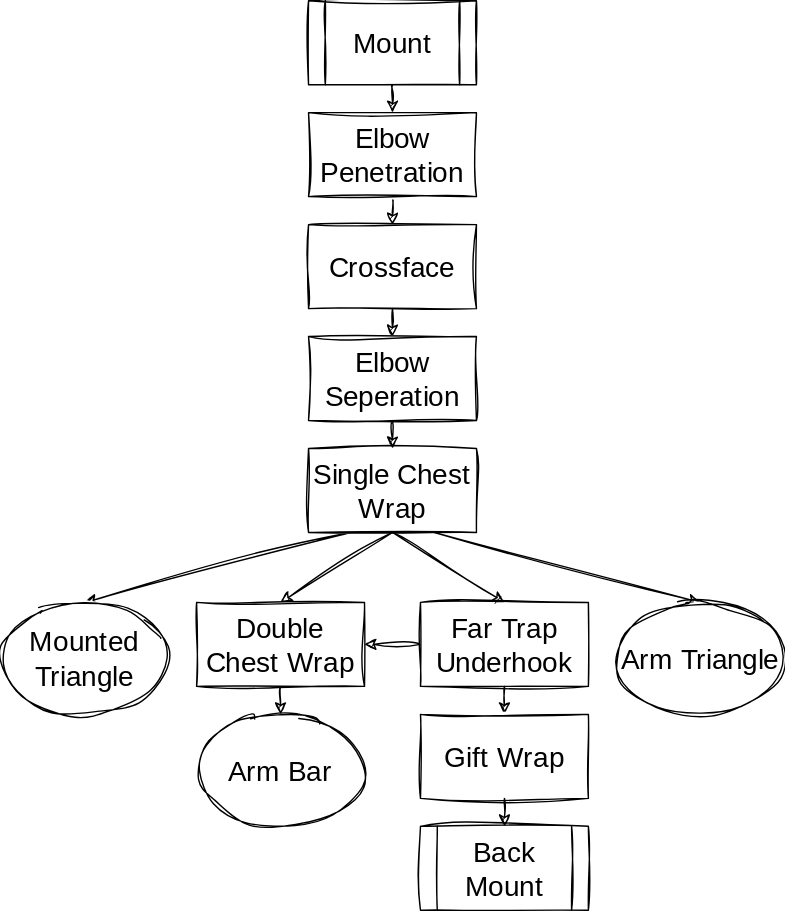
Brandon-Everhart/CombatMusings keeps this draw.io diagram as mount.drawio.svg. Above is the earlier version. Source tidied: cells renumbered, new cells last; positions are measured from the earlier drawing's top-left corner, leaving out a move shared by most shapes. The source it was exported from:
```xml
<mxGraphModel>
  <root>
    <mxCell id="0" />
    <mxCell id="1" parent="0" />
    <mxCell id="2" style="edgeStyle=none;sketch=1;hachureGap=4;jiggle=2;curveFitting=1;html=1;exitX=0.5;exitY=1;exitDx=0;exitDy=0;entryX=0.5;entryY=0;entryDx=0;entryDy=0;fontFamily=Architects Daughter;fontSource=https%3A%2F%2Ffonts.googleapis.com%2Fcss%3Ffamily%3DArchitects%2BDaughter;fontSize=20;" parent="1" edge="1" source="3" target="7">
      <mxGeometry relative="1" as="geometry" />
    </mxCell>
    <mxCell id="3" value="Elbow Penetration" style="rounded=0;whiteSpace=wrap;html=1;sketch=1;hachureGap=4;jiggle=2;curveFitting=1;fontFamily=Architects Daughter;fontSource=https%3A%2F%2Ffonts.googleapis.com%2Fcss%3Ffamily%3DArchitects%2BDaughter;fontSize=20;" parent="1" vertex="1">
      <mxGeometry x="220" y="80" width="120" height="60" as="geometry" />
    </mxCell>
    <mxCell id="4" style="edgeStyle=none;sketch=1;hachureGap=4;jiggle=2;curveFitting=1;html=1;exitX=0.5;exitY=1;exitDx=0;exitDy=0;fontFamily=Architects Daughter;fontSource=https%3A%2F%2Ffonts.googleapis.com%2Fcss%3Ffamily%3DArchitects%2BDaughter;fontSize=20;" parent="1" edge="1" source="5" target="3">
      <mxGeometry relative="1" as="geometry" />
    </mxCell>
    <mxCell id="5" value="Mount" style="shape=process;whiteSpace=wrap;html=1;backgroundOutline=1;sketch=1;hachureGap=4;jiggle=2;curveFitting=1;fontFamily=Architects Daughter;fontSource=https%3A%2F%2Ffonts.googleapis.com%2Fcss%3Ffamily%3DArchitects%2BDaughter;fontSize=20;" parent="1" vertex="1">
      <mxGeometry x="220" width="120" height="60" as="geometry" />
    </mxCell>
    <mxCell id="6" style="edgeStyle=none;sketch=1;hachureGap=4;jiggle=2;curveFitting=1;html=1;exitX=0.5;exitY=1;exitDx=0;exitDy=0;entryX=0.5;entryY=0;entryDx=0;entryDy=0;fontFamily=Architects Daughter;fontSource=https%3A%2F%2Ffonts.googleapis.com%2Fcss%3Ffamily%3DArchitects%2BDaughter;fontSize=20;" parent="1" edge="1" source="7" target="9">
      <mxGeometry relative="1" as="geometry" />
    </mxCell>
    <mxCell id="7" value="Crossface" style="rounded=0;whiteSpace=wrap;html=1;sketch=1;hachureGap=4;jiggle=2;curveFitting=1;fontFamily=Architects Daughter;fontSource=https%3A%2F%2Ffonts.googleapis.com%2Fcss%3Ffamily%3DArchitects%2BDaughter;fontSize=20;" parent="1" vertex="1">
      <mxGeometry x="220" y="160" width="120" height="60" as="geometry" />
    </mxCell>
    <mxCell id="8" style="edgeStyle=none;sketch=1;hachureGap=4;jiggle=2;curveFitting=1;html=1;exitX=0.5;exitY=1;exitDx=0;exitDy=0;entryX=0.5;entryY=0;entryDx=0;entryDy=0;fontFamily=Architects Daughter;fontSource=https%3A%2F%2Ffonts.googleapis.com%2Fcss%3Ffamily%3DArchitects%2BDaughter;fontSize=20;" parent="1" edge="1" source="9" target="14">
      <mxGeometry relative="1" as="geometry" />
    </mxCell>
    <mxCell id="9" value="Elbow Seperation" style="rounded=0;whiteSpace=wrap;html=1;sketch=1;hachureGap=4;jiggle=2;curveFitting=1;fontFamily=Architects Daughter;fontSource=https%3A%2F%2Ffonts.googleapis.com%2Fcss%3Ffamily%3DArchitects%2BDaughter;fontSize=20;" parent="1" vertex="1">
      <mxGeometry x="220" y="240" width="120" height="60" as="geometry" />
    </mxCell>
    <mxCell id="10" style="edgeStyle=none;sketch=1;hachureGap=4;jiggle=2;curveFitting=1;html=1;exitX=0.25;exitY=1;exitDx=0;exitDy=0;entryX=0.5;entryY=0;entryDx=0;entryDy=0;fontFamily=Architects Daughter;fontSource=https%3A%2F%2Ffonts.googleapis.com%2Fcss%3Ffamily%3DArchitects%2BDaughter;fontSize=20;" parent="1" edge="1" source="14" target="15">
      <mxGeometry relative="1" as="geometry" />
    </mxCell>
    <mxCell id="11" style="edgeStyle=none;sketch=1;hachureGap=4;jiggle=2;curveFitting=1;html=1;exitX=0.5;exitY=1;exitDx=0;exitDy=0;entryX=0.5;entryY=0;entryDx=0;entryDy=0;fontFamily=Architects Daughter;fontSource=https%3A%2F%2Ffonts.googleapis.com%2Fcss%3Ffamily%3DArchitects%2BDaughter;fontSize=20;" parent="1" edge="1" source="14" target="20">
      <mxGeometry relative="1" as="geometry" />
    </mxCell>
    <mxCell id="12" style="edgeStyle=none;sketch=1;hachureGap=4;jiggle=2;curveFitting=1;html=1;exitX=0.5;exitY=1;exitDx=0;exitDy=0;entryX=0.5;entryY=0;entryDx=0;entryDy=0;fontFamily=Architects Daughter;fontSource=https%3A%2F%2Ffonts.googleapis.com%2Fcss%3Ffamily%3DArchitects%2BDaughter;fontSize=20;" parent="1" edge="1" source="14" target="23">
      <mxGeometry relative="1" as="geometry" />
    </mxCell>
    <mxCell id="13" style="edgeStyle=none;sketch=1;hachureGap=4;jiggle=2;curveFitting=1;html=1;exitX=0.75;exitY=1;exitDx=0;exitDy=0;entryX=0.5;entryY=0;entryDx=0;entryDy=0;fontFamily=Architects Daughter;fontSource=https%3A%2F%2Ffonts.googleapis.com%2Fcss%3Ffamily%3DArchitects%2BDaughter;fontSize=20;" parent="1" edge="1" source="14" target="17">
      <mxGeometry relative="1" as="geometry" />
    </mxCell>
    <mxCell id="14" value="Single Chest Wrap" style="rounded=0;whiteSpace=wrap;html=1;sketch=1;hachureGap=4;jiggle=2;curveFitting=1;fontFamily=Architects Daughter;fontSource=https%3A%2F%2Ffonts.googleapis.com%2Fcss%3Ffamily%3DArchitects%2BDaughter;fontSize=20;" parent="1" vertex="1">
      <mxGeometry x="220" y="320" width="120" height="60" as="geometry" />
    </mxCell>
    <mxCell id="15" value="&lt;font style=&quot;font-size: 20px;&quot;&gt;Mounted Triangle&lt;/font&gt;" style="ellipse;whiteSpace=wrap;html=1;sketch=1;hachureGap=4;jiggle=2;curveFitting=1;fontFamily=Architects Daughter;fontSource=https%3A%2F%2Ffonts.googleapis.com%2Fcss%3Ffamily%3DArchitects%2BDaughter;fontSize=18;" parent="1" vertex="1">
      <mxGeometry y="430" width="120" height="80" as="geometry" />
    </mxCell>
    <mxCell id="16" value="Arm Bar" style="ellipse;whiteSpace=wrap;html=1;sketch=1;hachureGap=4;jiggle=2;curveFitting=1;fontFamily=Architects Daughter;fontSource=https%3A%2F%2Ffonts.googleapis.com%2Fcss%3Ffamily%3DArchitects%2BDaughter;fontSize=20;" parent="1" vertex="1">
      <mxGeometry x="140" y="510" width="120" height="80" as="geometry" />
    </mxCell>
    <mxCell id="17" value="Arm Triangle" style="ellipse;whiteSpace=wrap;html=1;sketch=1;hachureGap=4;jiggle=2;curveFitting=1;fontFamily=Architects Daughter;fontSource=https%3A%2F%2Ffonts.googleapis.com%2Fcss%3Ffamily%3DArchitects%2BDaughter;fontSize=20;" parent="1" vertex="1">
      <mxGeometry x="440" y="430" width="120" height="80" as="geometry" />
    </mxCell>
    <mxCell id="18" value="Back Mount" style="shape=process;whiteSpace=wrap;html=1;backgroundOutline=1;sketch=1;hachureGap=4;jiggle=2;curveFitting=1;fontFamily=Architects Daughter;fontSource=https%3A%2F%2Ffonts.googleapis.com%2Fcss%3Ffamily%3DArchitects%2BDaughter;fontSize=20;" parent="1" vertex="1">
      <mxGeometry x="300" y="590" width="120" height="60" as="geometry" />
    </mxCell>
    <mxCell id="19" style="edgeStyle=none;sketch=1;hachureGap=4;jiggle=2;curveFitting=1;html=1;exitX=0.5;exitY=1;exitDx=0;exitDy=0;entryX=0.5;entryY=0;entryDx=0;entryDy=0;fontFamily=Architects Daughter;fontSource=https%3A%2F%2Ffonts.googleapis.com%2Fcss%3Ffamily%3DArchitects%2BDaughter;fontSize=20;" parent="1" edge="1" source="20" target="16">
      <mxGeometry relative="1" as="geometry" />
    </mxCell>
    <mxCell id="20" value="Double Chest Wrap" style="rounded=0;whiteSpace=wrap;html=1;sketch=1;hachureGap=4;jiggle=2;curveFitting=1;fontFamily=Architects Daughter;fontSource=https%3A%2F%2Ffonts.googleapis.com%2Fcss%3Ffamily%3DArchitects%2BDaughter;fontSize=20;" parent="1" vertex="1">
      <mxGeometry x="140" y="430" width="120" height="60" as="geometry" />
    </mxCell>
    <mxCell id="21" style="edgeStyle=none;sketch=1;hachureGap=4;jiggle=2;curveFitting=1;html=1;exitX=0;exitY=0.5;exitDx=0;exitDy=0;entryX=1;entryY=0.5;entryDx=0;entryDy=0;fontFamily=Architects Daughter;fontSource=https%3A%2F%2Ffonts.googleapis.com%2Fcss%3Ffamily%3DArchitects%2BDaughter;fontSize=20;" parent="1" edge="1" source="23" target="20">
      <mxGeometry relative="1" as="geometry" />
    </mxCell>
    <mxCell id="22" style="edgeStyle=none;sketch=1;hachureGap=4;jiggle=2;curveFitting=1;html=1;exitX=0.5;exitY=1;exitDx=0;exitDy=0;entryX=0.5;entryY=0;entryDx=0;entryDy=0;fontFamily=Architects Daughter;fontSource=https%3A%2F%2Ffonts.googleapis.com%2Fcss%3Ffamily%3DArchitects%2BDaughter;fontSize=20;" parent="1" edge="1" source="23" target="25">
      <mxGeometry relative="1" as="geometry" />
    </mxCell>
    <mxCell id="23" value="Far Trap Underhook" style="rounded=0;whiteSpace=wrap;html=1;sketch=1;hachureGap=4;jiggle=2;curveFitting=1;fontFamily=Architects Daughter;fontSource=https%3A%2F%2Ffonts.googleapis.com%2Fcss%3Ffamily%3DArchitects%2BDaughter;fontSize=20;" parent="1" vertex="1">
      <mxGeometry x="300" y="430" width="120" height="60" as="geometry" />
    </mxCell>
    <mxCell id="24" style="edgeStyle=none;sketch=1;hachureGap=4;jiggle=2;curveFitting=1;html=1;exitX=0.5;exitY=1;exitDx=0;exitDy=0;entryX=0.5;entryY=0;entryDx=0;entryDy=0;fontFamily=Architects Daughter;fontSource=https%3A%2F%2Ffonts.googleapis.com%2Fcss%3Ffamily%3DArchitects%2BDaughter;fontSize=20;" parent="1" edge="1" source="25" target="18">
      <mxGeometry relative="1" as="geometry" />
    </mxCell>
    <mxCell id="25" value="Gift Wrap" style="rounded=0;whiteSpace=wrap;html=1;sketch=1;hachureGap=4;jiggle=2;curveFitting=1;fontFamily=Architects Daughter;fontSource=https%3A%2F%2Ffonts.googleapis.com%2Fcss%3Ffamily%3DArchitects%2BDaughter;fontSize=20;" parent="1" vertex="1">
      <mxGeometry x="300" y="510" width="120" height="60" as="geometry" />
    </mxCell>
  </root>
</mxGraphModel>
```
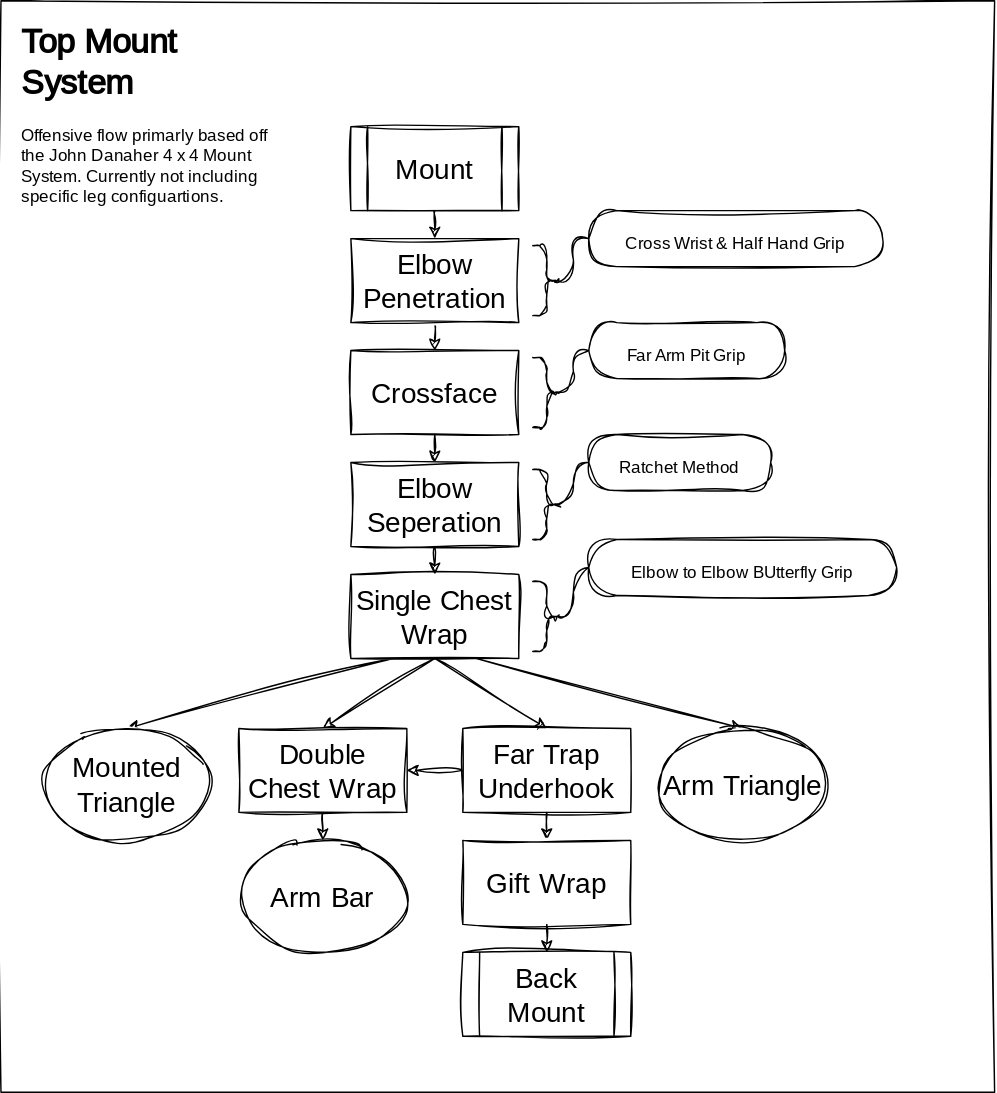
The same diagram one commit later.

Change to the diagram source:
```diff
@@ -2,6 +2,9 @@
   <root>
     <mxCell id="0" />
     <mxCell id="1" parent="0" />
+    <mxCell id="26" style="rounded=0;whiteSpace=wrap;html=1;sketch=1;hachureGap=4;jiggle=2;curveFitting=1;fontFamily=Architects Daughter;fontSource=https%3A%2F%2Ffonts.googleapis.com%2Fcss%3Ffamily%3DArchitects%2BDaughter;fontSize=20;" parent="1" vertex="1">
+      <mxGeometry x="-30" y="-90" width="710" height="780" as="geometry" />
+    </mxCell>
     <mxCell id="2" style="edgeStyle=none;sketch=1;hachureGap=4;jiggle=2;curveFitting=1;html=1;exitX=0.5;exitY=1;exitDx=0;exitDy=0;entryX=0.5;entryY=0;entryDx=0;entryDy=0;fontFamily=Architects Daughter;fontSource=https%3A%2F%2Ffonts.googleapis.com%2Fcss%3Ffamily%3DArchitects%2BDaughter;fontSize=20;" parent="1" edge="1" source="3" target="7">
       <mxGeometry relative="1" as="geometry" />
     </mxCell>
@@ -74,5 +77,44 @@
     <mxCell id="25" value="Gift Wrap" style="rounded=0;whiteSpace=wrap;html=1;sketch=1;hachureGap=4;jiggle=2;curveFitting=1;fontFamily=Architects Daughter;fontSource=https%3A%2F%2Ffonts.googleapis.com%2Fcss%3Ffamily%3DArchitects%2BDaughter;fontSize=20;" parent="1" vertex="1">
       <mxGeometry x="300" y="510" width="120" height="60" as="geometry" />
     </mxCell>
+    <mxCell id="27" style="shape=curlyBracket;whiteSpace=wrap;html=1;rounded=1;flipH=1;labelPosition=right;verticalLabelPosition=middle;align=left;verticalAlign=middle;sketch=1;hachureGap=4;jiggle=2;curveFitting=1;fontFamily=Architects Daughter;fontSource=https%3A%2F%2Ffonts.googleapis.com%2Fcss%3Ffamily%3DArchitects%2BDaughter;fontSize=20;size=0.5;" parent="1" vertex="1">
+      <mxGeometry x="350" y="85" width="20" height="50" as="geometry" />
+    </mxCell>
+    <mxCell id="28" value="&lt;span style=&quot;font-size: 12px;&quot;&gt;Cross Wrist &amp;amp; Half Hand Grip&lt;/span&gt;" style="whiteSpace=wrap;html=1;rounded=1;arcSize=50;align=center;verticalAlign=middle;strokeWidth=1;spacing=4;newEdgeStyle={&quot;edgeStyle&quot;:&quot;entityRelationEdgeStyle&quot;,&quot;startArrow&quot;:&quot;none&quot;,&quot;endArrow&quot;:&quot;none&quot;,&quot;segment&quot;:10,&quot;curved&quot;:1,&quot;sourcePerimeterSpacing&quot;:0,&quot;targetPerimeterSpacing&quot;:0};sketch=1;hachureGap=4;jiggle=2;curveFitting=1;fontFamily=Architects Daughter;fontSource=https%3A%2F%2Ffonts.googleapis.com%2Fcss%3Ffamily%3DArchitects%2BDaughter;fontSize=20;" parent="1" vertex="1">
+      <mxGeometry x="390" y="60" width="210" height="40" as="geometry" />
+    </mxCell>
+    <mxCell id="29" style="edgeStyle=entityRelationEdgeStyle;startArrow=none;endArrow=none;segment=10;curved=1;sourcePerimeterSpacing=0;targetPerimeterSpacing=0;sketch=1;hachureGap=4;jiggle=2;curveFitting=1;fontFamily=Architects Daughter;fontSource=https%3A%2F%2Ffonts.googleapis.com%2Fcss%3Ffamily%3DArchitects%2BDaughter;fontSize=16;exitX=0.1;exitY=0.5;exitDx=0;exitDy=0;exitPerimeter=0;" parent="1" edge="1" source="27" target="28">
+      <mxGeometry relative="1" as="geometry" />
+    </mxCell>
+    <mxCell id="30" style="shape=curlyBracket;whiteSpace=wrap;html=1;rounded=1;flipH=1;labelPosition=right;verticalLabelPosition=middle;align=left;verticalAlign=middle;sketch=1;hachureGap=4;jiggle=2;curveFitting=1;fontFamily=Architects Daughter;fontSource=https%3A%2F%2Ffonts.googleapis.com%2Fcss%3Ffamily%3DArchitects%2BDaughter;fontSize=20;size=0.5;" parent="1" vertex="1">
+      <mxGeometry x="350" y="165" width="20" height="50" as="geometry" />
+    </mxCell>
+    <mxCell id="31" style="edgeStyle=entityRelationEdgeStyle;sketch=1;hachureGap=4;jiggle=2;curveFitting=1;html=1;startArrow=none;endArrow=none;segment=10;curved=1;sourcePerimeterSpacing=0;targetPerimeterSpacing=0;exitX=0;exitY=0.5;exitDx=0;exitDy=0;entryX=0.1;entryY=0.5;entryDx=0;entryDy=0;entryPerimeter=0;fontFamily=Architects Daughter;fontSource=https%3A%2F%2Ffonts.googleapis.com%2Fcss%3Ffamily%3DArchitects%2BDaughter;fontSize=12;" parent="1" edge="1" source="32" target="30">
+      <mxGeometry relative="1" as="geometry" />
+    </mxCell>
+    <mxCell id="32" value="&lt;span style=&quot;font-size: 12px;&quot;&gt;Far Arm Pit Grip&lt;/span&gt;" style="whiteSpace=wrap;html=1;rounded=1;arcSize=50;align=center;verticalAlign=middle;strokeWidth=1;spacing=4;newEdgeStyle={&quot;edgeStyle&quot;:&quot;entityRelationEdgeStyle&quot;,&quot;startArrow&quot;:&quot;none&quot;,&quot;endArrow&quot;:&quot;none&quot;,&quot;segment&quot;:10,&quot;curved&quot;:1,&quot;sourcePerimeterSpacing&quot;:0,&quot;targetPerimeterSpacing&quot;:0};sketch=1;hachureGap=4;jiggle=2;curveFitting=1;fontFamily=Architects Daughter;fontSource=https%3A%2F%2Ffonts.googleapis.com%2Fcss%3Ffamily%3DArchitects%2BDaughter;fontSize=20;" parent="1" vertex="1">
+      <mxGeometry x="390" y="140" width="140" height="40" as="geometry" />
+    </mxCell>
+    <mxCell id="33" style="edgeStyle=entityRelationEdgeStyle;sketch=1;hachureGap=4;jiggle=2;curveFitting=1;html=1;startArrow=none;endArrow=none;segment=10;curved=1;sourcePerimeterSpacing=0;targetPerimeterSpacing=0;exitX=0;exitY=0.5;exitDx=0;exitDy=0;entryX=0.1;entryY=0.5;entryDx=0;entryDy=0;entryPerimeter=0;fontFamily=Architects Daughter;fontSource=https%3A%2F%2Ffonts.googleapis.com%2Fcss%3Ffamily%3DArchitects%2BDaughter;fontSize=12;" parent="1" edge="1" source="34" target="35">
+      <mxGeometry relative="1" as="geometry" />
+    </mxCell>
+    <mxCell id="34" value="&lt;span style=&quot;font-size: 12px;&quot;&gt;Ratchet Method&lt;/span&gt;" style="whiteSpace=wrap;html=1;rounded=1;arcSize=50;align=center;verticalAlign=middle;strokeWidth=1;spacing=4;newEdgeStyle={&quot;edgeStyle&quot;:&quot;entityRelationEdgeStyle&quot;,&quot;startArrow&quot;:&quot;none&quot;,&quot;endArrow&quot;:&quot;none&quot;,&quot;segment&quot;:10,&quot;curved&quot;:1,&quot;sourcePerimeterSpacing&quot;:0,&quot;targetPerimeterSpacing&quot;:0};sketch=1;hachureGap=4;jiggle=2;curveFitting=1;fontFamily=Architects Daughter;fontSource=https%3A%2F%2Ffonts.googleapis.com%2Fcss%3Ffamily%3DArchitects%2BDaughter;fontSize=20;" parent="1" vertex="1">
+      <mxGeometry x="390" y="220" width="130" height="40" as="geometry" />
+    </mxCell>
+    <mxCell id="35" style="shape=curlyBracket;whiteSpace=wrap;html=1;rounded=1;flipH=1;labelPosition=right;verticalLabelPosition=middle;align=left;verticalAlign=middle;sketch=1;hachureGap=4;jiggle=2;curveFitting=1;fontFamily=Architects Daughter;fontSource=https%3A%2F%2Ffonts.googleapis.com%2Fcss%3Ffamily%3DArchitects%2BDaughter;fontSize=20;size=0.5;" parent="1" vertex="1">
+      <mxGeometry x="350" y="245" width="20" height="50" as="geometry" />
+    </mxCell>
+    <mxCell id="36" style="shape=curlyBracket;whiteSpace=wrap;html=1;rounded=1;flipH=1;labelPosition=right;verticalLabelPosition=middle;align=left;verticalAlign=middle;sketch=1;hachureGap=4;jiggle=2;curveFitting=1;fontFamily=Architects Daughter;fontSource=https%3A%2F%2Ffonts.googleapis.com%2Fcss%3Ffamily%3DArchitects%2BDaughter;fontSize=20;size=0.5;" parent="1" vertex="1">
+      <mxGeometry x="350" y="325" width="20" height="50" as="geometry" />
+    </mxCell>
+    <mxCell id="37" style="edgeStyle=entityRelationEdgeStyle;sketch=1;hachureGap=4;jiggle=2;curveFitting=1;html=1;startArrow=none;endArrow=none;segment=10;curved=1;sourcePerimeterSpacing=0;targetPerimeterSpacing=0;exitX=0;exitY=0.5;exitDx=0;exitDy=0;entryX=0.1;entryY=0.5;entryDx=0;entryDy=0;entryPerimeter=0;fontFamily=Architects Daughter;fontSource=https%3A%2F%2Ffonts.googleapis.com%2Fcss%3Ffamily%3DArchitects%2BDaughter;fontSize=12;" parent="1" edge="1" source="38" target="36">
+      <mxGeometry relative="1" as="geometry" />
+    </mxCell>
+    <mxCell id="38" value="&lt;span style=&quot;font-size: 12px;&quot;&gt;Elbow to Elbow BUtterfly Grip&lt;/span&gt;" style="whiteSpace=wrap;html=1;rounded=1;arcSize=50;align=center;verticalAlign=middle;strokeWidth=1;spacing=4;newEdgeStyle={&quot;edgeStyle&quot;:&quot;entityRelationEdgeStyle&quot;,&quot;startArrow&quot;:&quot;none&quot;,&quot;endArrow&quot;:&quot;none&quot;,&quot;segment&quot;:10,&quot;curved&quot;:1,&quot;sourcePerimeterSpacing&quot;:0,&quot;targetPerimeterSpacing&quot;:0};sketch=1;hachureGap=4;jiggle=2;curveFitting=1;fontFamily=Architects Daughter;fontSource=https%3A%2F%2Ffonts.googleapis.com%2Fcss%3Ffamily%3DArchitects%2BDaughter;fontSize=20;" parent="1" vertex="1">
+      <mxGeometry x="390" y="295" width="220" height="40" as="geometry" />
+    </mxCell>
+    <mxCell id="39" value="&lt;h1&gt;Top Mount System&lt;/h1&gt;&lt;p&gt;Offensive flow primarly based off the John Danaher 4 x 4 Mount System. Currently not including specific leg configuartions.&lt;/p&gt;" style="text;html=1;strokeColor=none;fillColor=none;spacing=5;spacingTop=-20;whiteSpace=wrap;overflow=hidden;rounded=0;sketch=1;hachureGap=4;jiggle=2;curveFitting=1;fontFamily=Architects Daughter;fontSource=https%3A%2F%2Ffonts.googleapis.com%2Fcss%3Ffamily%3DArchitects%2BDaughter;fontSize=12;" parent="1" vertex="1">
+      <mxGeometry x="-20" y="-80" width="190" height="160" as="geometry" />
+    </mxCell>
   </root>
 </mxGraphModel>
```
